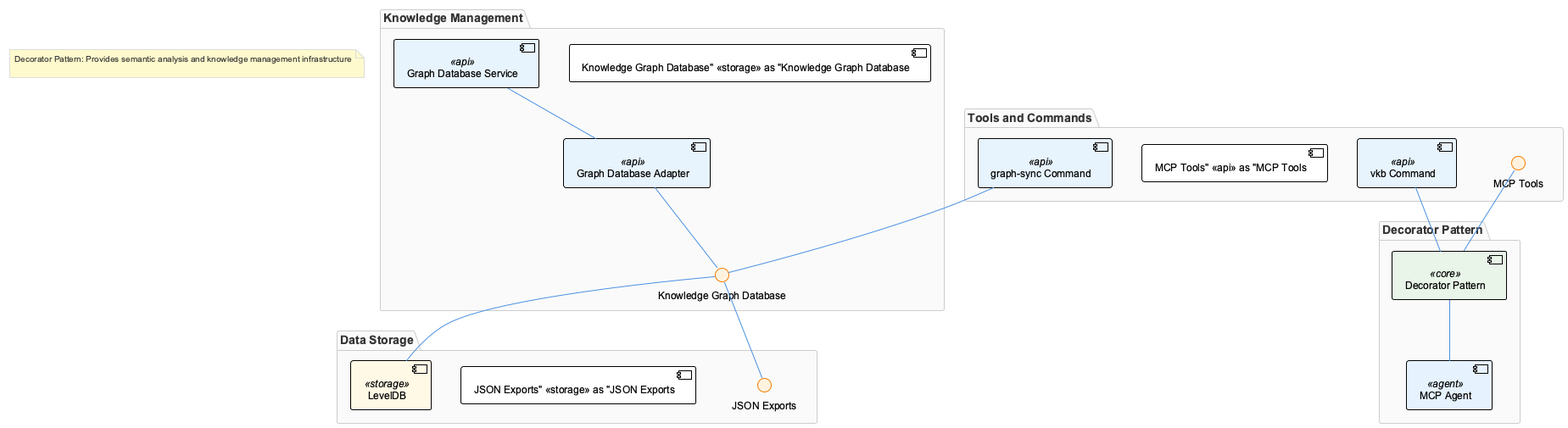
This is knowledge-management/insights/images/decorator-pattern-architecture.png from fwornle/coding, a PlantUML export, as it was before one commit.
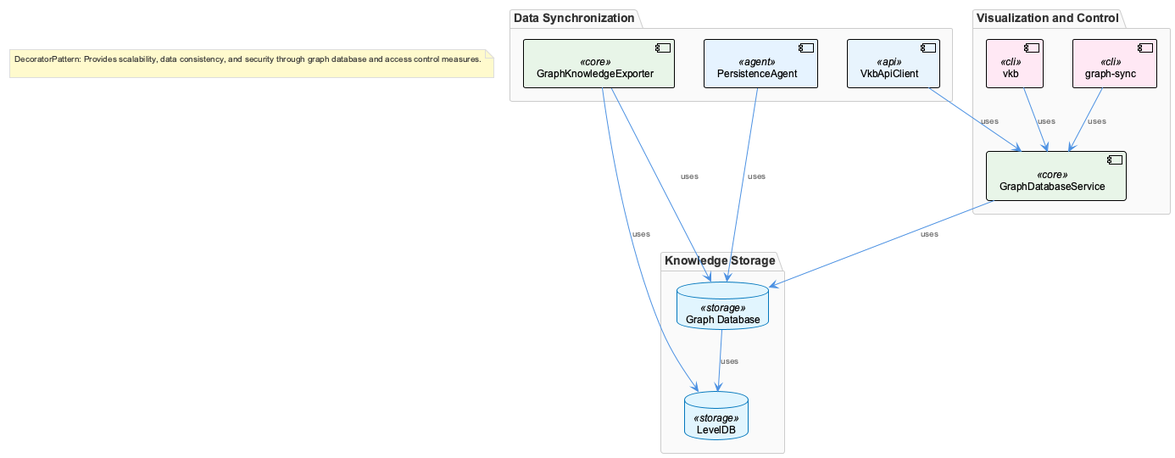
After the commit.

Diff of the diagram source:
```diff
@@ -1,38 +1,34 @@
 @startuml
 !include /Users/q284340/Agentic/coding/docs/puml/_standard-style.puml
 
-package "Knowledge Management" {
-  component GraphDatabaseService <<api>> as "Graph Database Service"
-  component GraphDatabaseAdapter <<api>> as "Graph Database Adapter"
-  component "Knowledge Graph Database" <<storage>> as "Knowledge Graph Database"
-  GraphDatabaseService -- GraphDatabaseAdapter
-  GraphDatabaseAdapter -- "Knowledge Graph Database"
+package "Knowledge Storage" {
+  database "Graph Database" as graphdb <<storage>>
+  database "LevelDB" as leveldb <<storage>>
 }
 
-package "Decorator Pattern" {
-  component DecoratorPattern <<core>> as "Decorator Pattern"
-  component MCPAgent <<agent>> as "MCP Agent"
-  DecoratorPattern -- MCPAgent
+package "Data Synchronization" {
+  component "GraphKnowledgeExporter" as gke <<core>>
+  component "PersistenceAgent" as pa <<agent>>
+  component "VkbApiClient" as vkb <<api>>
 }
 
-package "Data Storage" {
-  component LevelDB <<storage>> as "LevelDB"
-  component "JSON Exports" <<storage>> as "JSON Exports"
-  "Knowledge Graph Database" -- LevelDB
-  "Knowledge Graph Database" -- "JSON Exports"
+package "Visualization and Control" {
+  component "GraphDatabaseService" as gds <<core>>
+  component "vkb" as vkbcli <<cli>>
+  component "graph-sync" as graphsync <<cli>>
 }
 
-package "Tools and Commands" {
-  component vkb <<api>> as "vkb Command"
-  component "MCP Tools" <<api>> as "MCP Tools"
-  component graph_sync <<api>> as "graph-sync Command"
-  vkb -- DecoratorPattern
-  "MCP Tools" -- DecoratorPattern
-  graph_sync -- "Knowledge Graph Database"
-}
+graphdb --> leveldb : uses
+gke --> graphdb : uses
+gke --> leveldb : uses
+pa --> graphdb : uses
+vkb --> gds : uses
+vkbcli --> gds : uses
+graphsync --> gds : uses
+gds --> graphdb : uses
 
 note as AutoNote1
-  Decorator Pattern: Provides semantic analysis and knowledge management infrastructure
+  DecoratorPattern: Provides scalability, data consistency, and security through graph database and access control measures.
 
 end note
 
```
